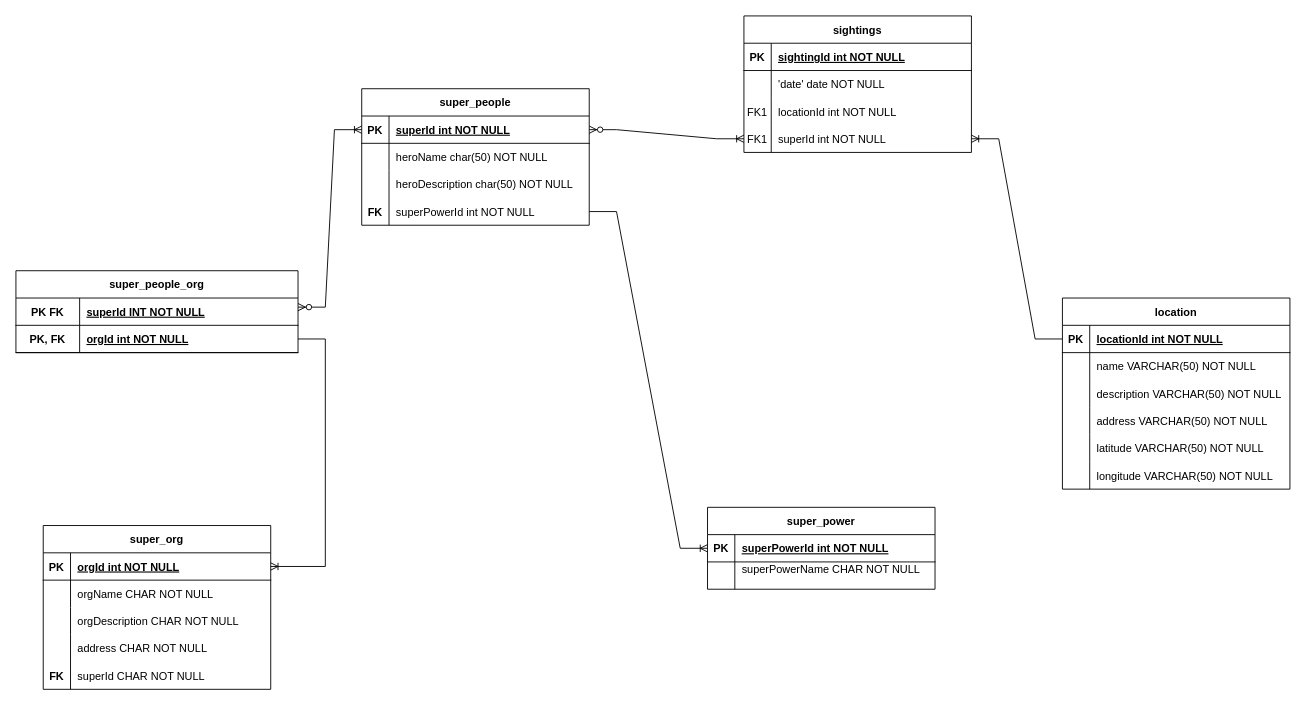
raveen112/SoftwareGuildRaveenMain keeps this draw.io diagram as M9/SuperHeroSightings/ERD_Superhero_Sightings.drawio. Above is the earlier version. Source tidied: cells renumbered, new cells numbered last; positions are measured from the earlier drawing's top-left corner, leaving out a move shared by most shapes. Both pictures are drawn from the tidied source at 91%, with x=0, y=0 at pixel (15, 15).
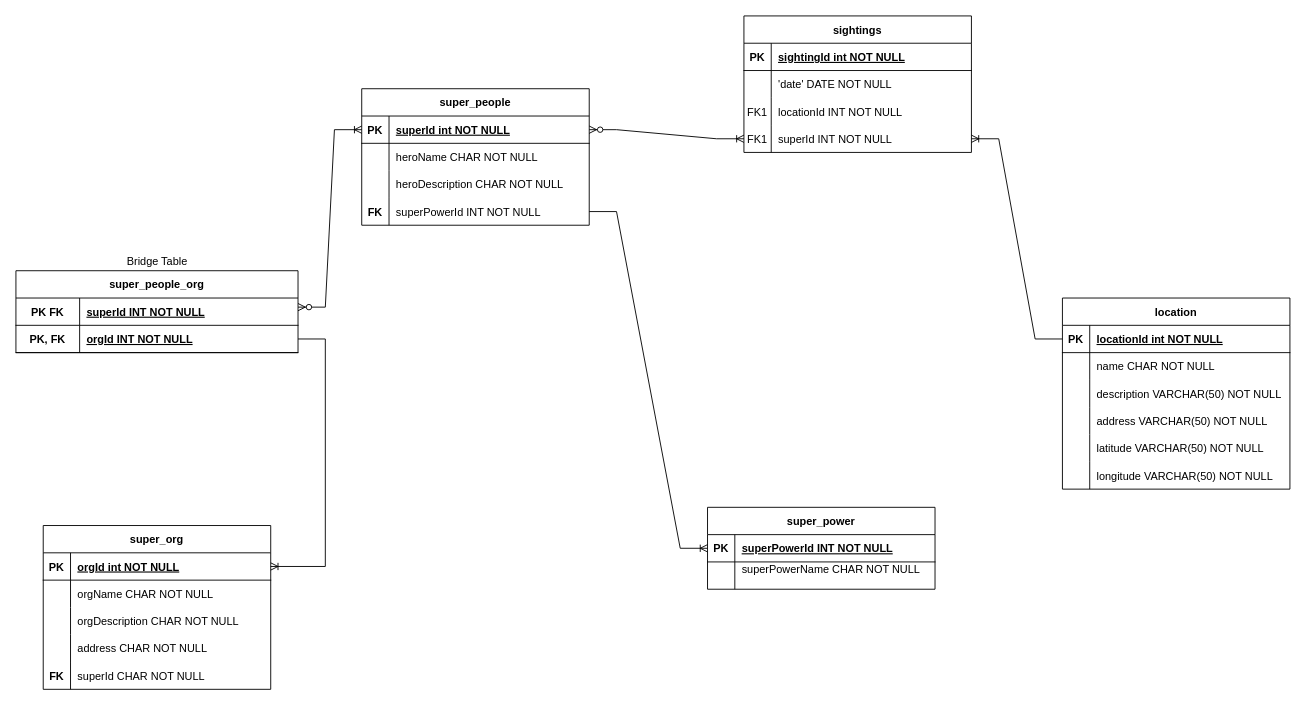
After the change.

Unchanged cells that the change refers to:
```xml
<mxCell id="22" style="shape=partialRectangle;fillColor=none;top=0;left=0;right=0;bottom=0;" parent="18" vertex="1">
  <mxGeometry y="60" width="250" height="30" as="geometry" />
</mxCell>
<mxCell id="25" style="shape=partialRectangle;fillColor=none;top=0;left=0;right=0;bottom=0;" parent="18" vertex="1">
  <mxGeometry y="90" width="250" height="30" as="geometry" />
</mxCell>
<mxCell id="28" style="shape=partialRectangle;fillColor=none;points=[[0,0.5],[1,0.5]];portConstraint=eastwest;top=0;left=0;right=0;bottom=0;" parent="18" vertex="1">
  <mxGeometry y="120" width="250" height="30" as="geometry" />
</mxCell>
<mxCell id="35" style="shape=partialRectangle;fillColor=none;top=0;left=0;right=0;bottom=0;" parent="31" vertex="1">
  <mxGeometry y="60" width="250" height="30" as="geometry" />
</mxCell>
<mxCell id="38" style="shape=partialRectangle;fillColor=none;top=0;left=0;right=0;bottom=0;" parent="31" vertex="1">
  <mxGeometry y="90" width="250" height="30" as="geometry" />
</mxCell>
<mxCell id="41" style="shape=partialRectangle;fillColor=none;points=[[0,0.5],[1,0.5]];portConstraint=eastwest;top=0;left=0;right=0;bottom=0;" parent="31" vertex="1">
  <mxGeometry y="120" width="250" height="30" as="geometry" />
</mxCell>
<mxCell id="45" style="shape=partialRectangle;fillColor=none;points=[[0,0.5],[1,0.5]];portConstraint=eastwest;top=0;left=0;right=0;bottom=1;" parent="44" vertex="1">
  <mxGeometry y="30" width="250" height="30" as="geometry" />
</mxCell>
<mxCell id="55" style="shape=partialRectangle;fillColor=none;top=0;left=0;right=0;bottom=0;" parent="51" vertex="1">
  <mxGeometry y="60" width="250" height="30" as="geometry" />
</mxCell>
<mxCell id="74" style="shape=partialRectangle;fillColor=none;points=[[0,0.5],[1,0.5]];portConstraint=eastwest;top=0;left=0;right=0;bottom=1;" parent="70" vertex="1">
  <mxGeometry y="60" width="310" height="30" as="geometry" />
</mxCell>
```

What changed in the source:
```diff
@@
-    <mxCell id="24" value="'date' date NOT NULL" style="shape=partialRectangle;overflow=hidden;fillColor=none;top=0;left=0;bottom=0;right=0;align=left;spacingLeft=6;" parent="22" vertex="1">
+    <mxCell id="24" value="'date' DATE NOT NULL" style="shape=partialRectangle;overflow=hidden;fillColor=none;top=0;left=0;bottom=0;right=0;align=left;spacingLeft=6;" parent="22" vertex="1">
       <mxGeometry x="30" width="220" height="30" as="geometry" />
     </mxCell>
@@
-    <mxCell id="27" value="locationId int NOT NULL" style="shape=partialRectangle;overflow=hidden;fillColor=none;top=0;left=0;bottom=0;right=0;align=left;spacingLeft=6;" parent="25" vertex="1">
+    <mxCell id="27" value="locationId INT NOT NULL" style="shape=partialRectangle;overflow=hidden;fillColor=none;top=0;left=0;bottom=0;right=0;align=left;spacingLeft=6;" parent="25" vertex="1">
       <mxGeometry x="30" width="220" height="30" as="geometry" />
     </mxCell>
@@
-    <mxCell id="30" value="superId int NOT NULL" style="shape=partialRectangle;overflow=hidden;fillColor=none;top=0;left=0;bottom=0;right=0;align=left;spacingLeft=6;" parent="28" vertex="1">
+    <mxCell id="30" value="superId INT NOT NULL" style="shape=partialRectangle;overflow=hidden;fillColor=none;top=0;left=0;bottom=0;right=0;align=left;spacingLeft=6;" parent="28" vertex="1">
       <mxGeometry x="30" width="220" height="30" as="geometry" />
     </mxCell>
@@
-    <mxCell id="37" value="heroName char(50) NOT NULL" style="shape=partialRectangle;overflow=hidden;fillColor=none;top=0;left=0;bottom=0;right=0;align=left;spacingLeft=6;" parent="35" vertex="1">
+    <mxCell id="37" value="heroName CHAR NOT NULL" style="shape=partialRectangle;overflow=hidden;fillColor=none;top=0;left=0;bottom=0;right=0;align=left;spacingLeft=6;" parent="35" vertex="1">
       <mxGeometry x="30" width="220" height="30" as="geometry" />
     </mxCell>
@@
-    <mxCell id="40" value="heroDescription char(50) NOT NULL" style="shape=partialRectangle;overflow=hidden;fillColor=none;top=0;left=0;bottom=0;right=0;align=left;spacingLeft=6;" parent="38" vertex="1">
+    <mxCell id="40" value="heroDescription CHAR NOT NULL" style="shape=partialRectangle;overflow=hidden;fillColor=none;top=0;left=0;bottom=0;right=0;align=left;spacingLeft=6;" parent="38" vertex="1">
       <mxGeometry x="30" width="220" height="30" as="geometry" />
     </mxCell>
@@
-    <mxCell id="43" value="superPowerId int NOT NULL" style="shape=partialRectangle;overflow=hidden;fillColor=none;top=0;left=0;bottom=0;right=0;align=left;spacingLeft=6;" parent="41" vertex="1">
+    <mxCell id="43" value="superPowerId INT NOT NULL" style="shape=partialRectangle;overflow=hidden;fillColor=none;top=0;left=0;bottom=0;right=0;align=left;spacingLeft=6;" parent="41" vertex="1">
       <mxGeometry x="30" width="220" height="30" as="geometry" />
     </mxCell>
@@
-    <mxCell id="47" value="superPowerId int NOT NULL " style="shape=partialRectangle;overflow=hidden;fillColor=none;top=0;left=0;bottom=0;right=0;align=left;spacingLeft=6;fontStyle=5;" parent="45" vertex="1">
+    <mxCell id="47" value="superPowerId INT NOT NULL " style="shape=partialRectangle;overflow=hidden;fillColor=none;top=0;left=0;bottom=0;right=0;align=left;spacingLeft=6;fontStyle=5;" parent="45" vertex="1">
       <mxGeometry x="30" width="220" height="30" as="geometry" />
     </mxCell>
@@
-    <mxCell id="57" value="name VARCHAR(50) NOT NULL" style="shape=partialRectangle;overflow=hidden;fillColor=none;top=0;left=0;bottom=0;right=0;align=left;spacingLeft=6;" parent="55" vertex="1">
+    <mxCell id="57" value="name CHAR NOT NULL" style="shape=partialRectangle;overflow=hidden;fillColor=none;top=0;left=0;bottom=0;right=0;align=left;spacingLeft=6;" parent="55" vertex="1">
       <mxGeometry x="30" width="220" height="30" as="geometry" />
     </mxCell>
@@
-    <mxCell id="76" value="orgId int NOT NULL " style="shape=partialRectangle;overflow=hidden;fillColor=none;top=0;left=0;bottom=0;right=0;align=left;spacingLeft=6;fontStyle=5;" parent="74" vertex="1">
+    <mxCell id="76" value="orgId INT NOT NULL " style="shape=partialRectangle;overflow=hidden;fillColor=none;top=0;left=0;bottom=0;right=0;align=left;spacingLeft=6;fontStyle=5;" parent="74" vertex="1">
       <mxGeometry x="70" width="240" height="30" as="geometry" />
     </mxCell>
@@
+    <mxCell id="83" value="Bridge Table" style="text;html=1;align=center;verticalAlign=middle;strokeColor=none;fillColor=none;" parent="1" vertex="1">
+      <mxGeometry x="115" y="260" width="80" height="20" as="geometry" />
+    </mxCell>
```
